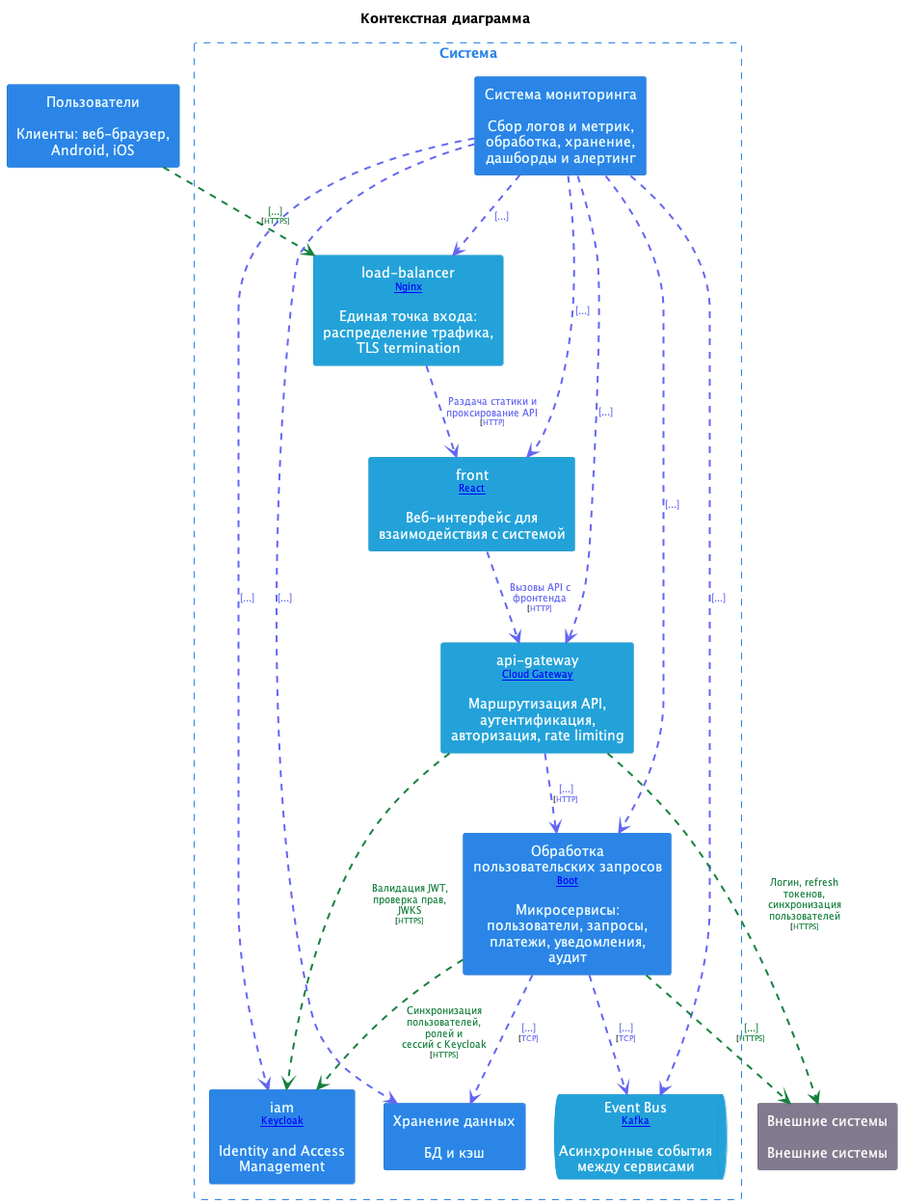
This is doc/images/context.png from shelepovg/system-design-homework, a PlantUML export, as it was before one commit.
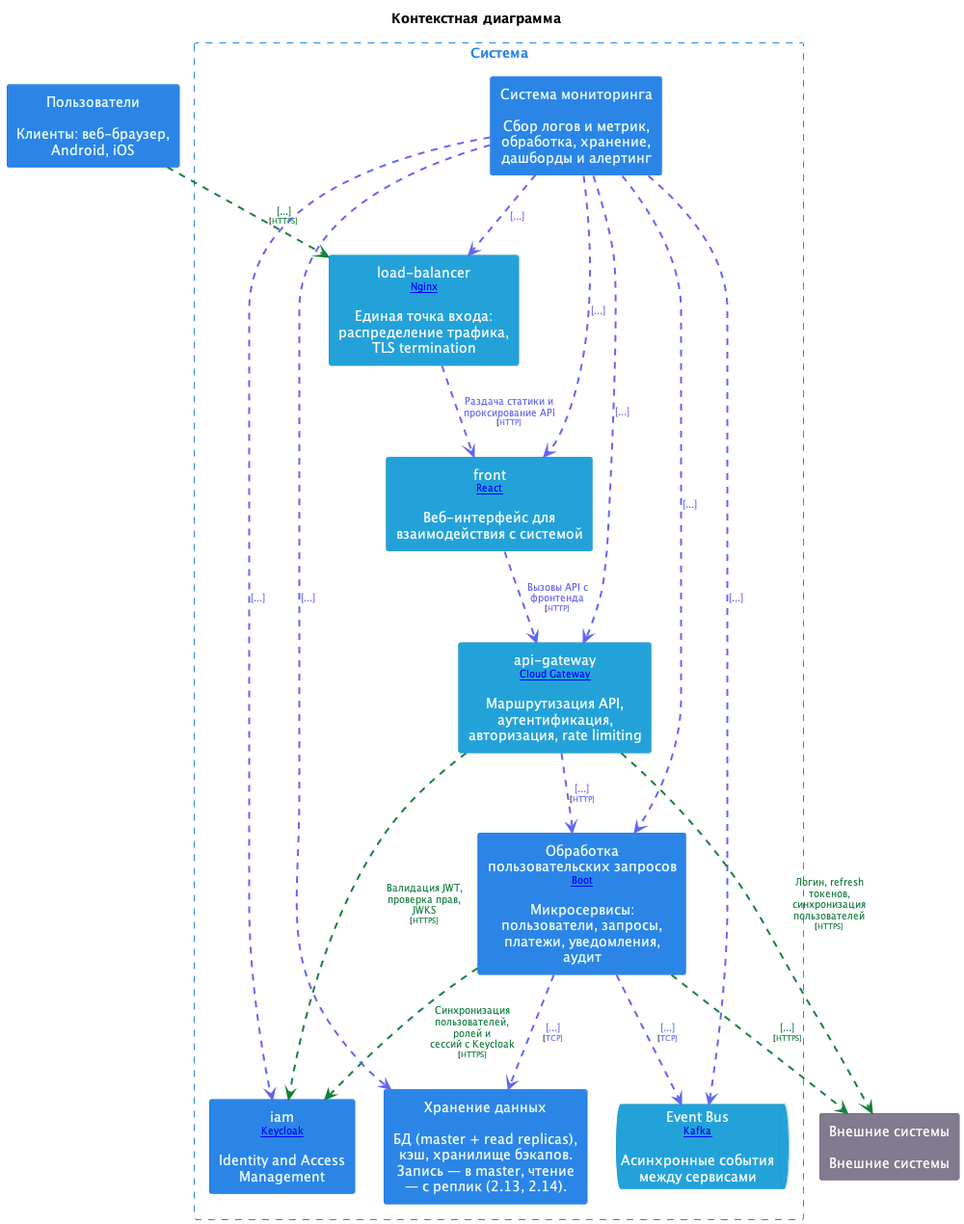
After the change.

Change to the diagram source:
```diff
@@ -75,7 +75,7 @@
   rectangle "api-gateway\n<size:10>[[Spring Cloud Gateway]]</size>\n\nМаршрутизация API, аутентификация, авторизация, rate limiting" <<SystemApiGateway>> as SystemApiGateway
   rectangle "Обработка пользовательских запросов\n<size:10>[[Spring Boot]]</size>\n\nМикросервисы: пользователи, запросы, платежи, уведомления, аудит" <<SystemBackend>> as SystemBackend
   rectangle "iam\n<size:10>[[Keycloak]]</size>\n\nIdentity and Access Management" <<SystemIam>> as SystemIam
-  rectangle "Хранение данных\n\nБД и кэш" <<SystemStorage>> as SystemStorage
+  rectangle "Хранение данных\n\nБД (master + read replicas), кэш, хранилище бэкапов. Запись — в master, чтение — с реплик (2.13, 2.14)." <<SystemStorage>> as SystemStorage
   queue "Event Bus\n<size:10>[[Apache Kafka]]</size>\n\nАсинхронные события между сервисами" <<SystemEventBus>> as SystemEventBus
 }
 rectangle "Внешние системы\n\nВнешние системы" <<System_ext>> as System_ext
```
